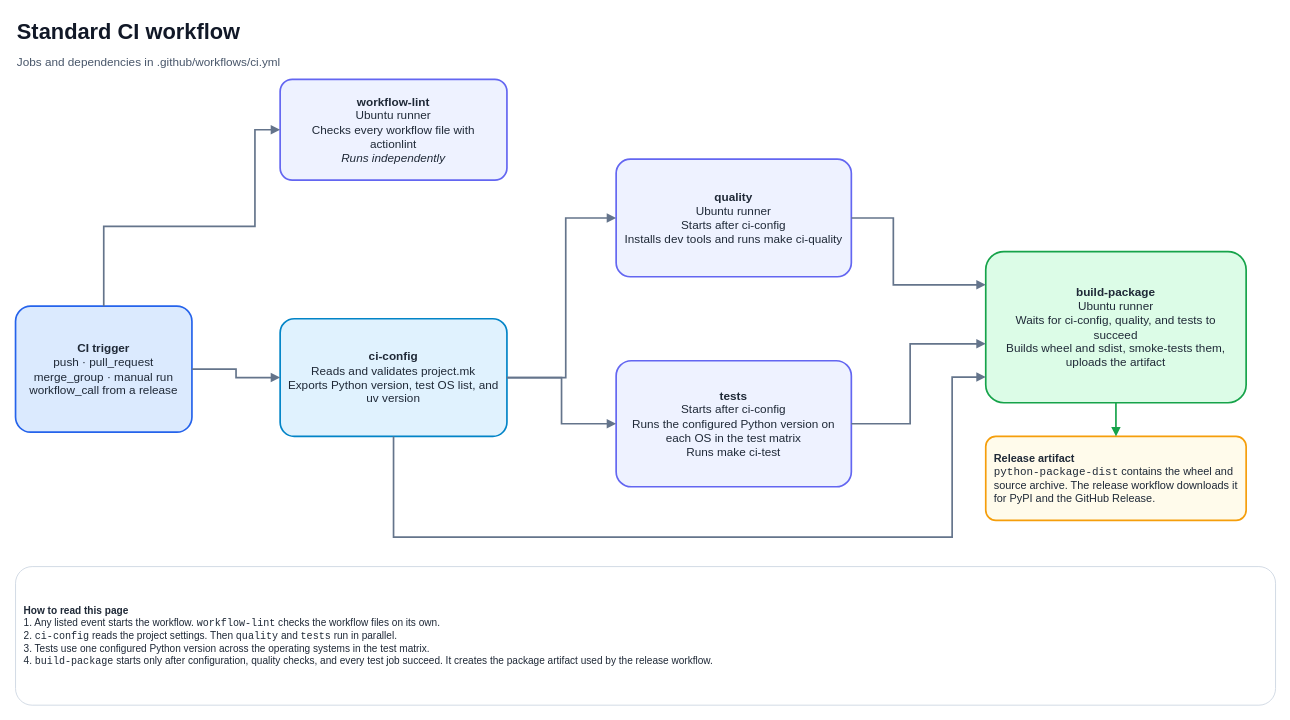
Before: page "1 · Standard CI" (1 of 3) of docs/ci-workflows.drawio in GaaabLiz/Python-ci-make-template, a draw.io diagram. Source tidied: cells renumbered, new cells numbered last; positions are measured from the earlier drawing's top-left corner, leaving out a move shared by most shapes. Both pictures are drawn from the tidied source at 84%, with x=0, y=0 at pixel (15, 14).
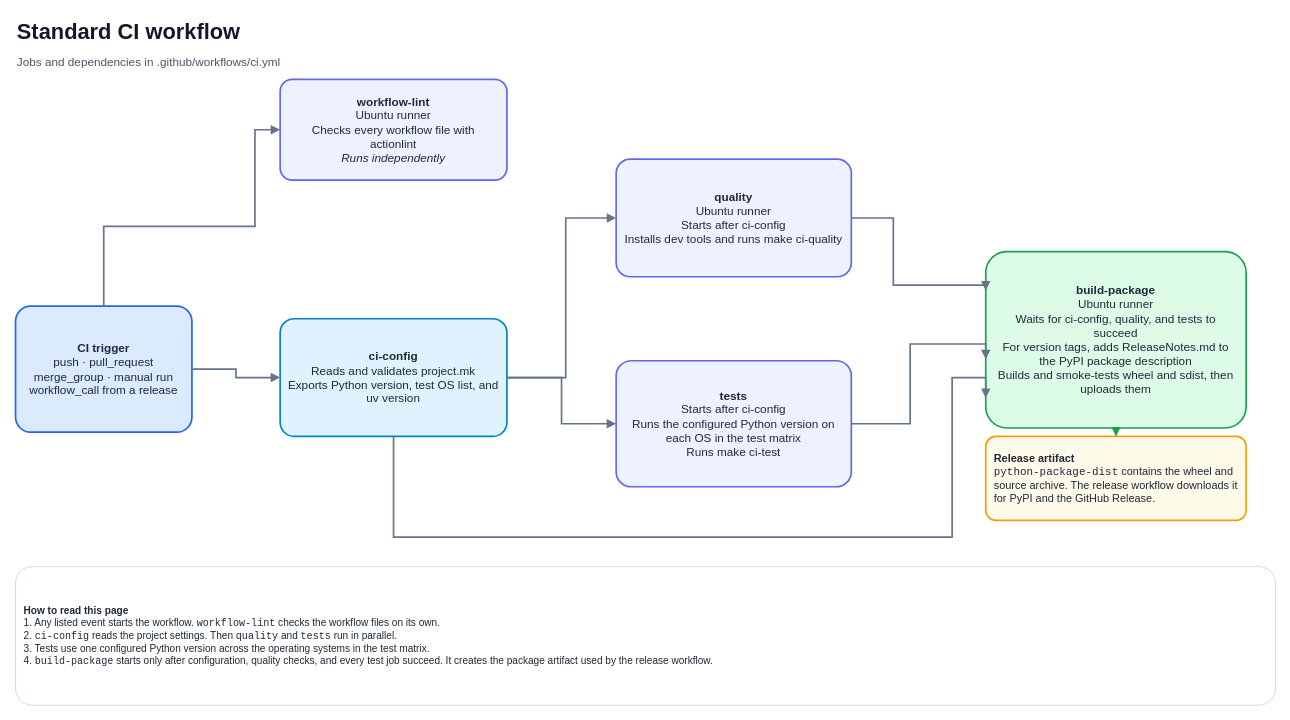
The same diagram, later.

Diff of the diagram source:
```diff
@@
-    <mxCell id="9" value="&lt;b&gt;build-package&lt;/b&gt;&lt;br&gt;Ubuntu runner&lt;br&gt;Waits for ci-config, quality, and tests to succeed&lt;br&gt;Builds wheel and sdist, smoke-tests them, uploads the artifact" style="rounded=1;whiteSpace=wrap;html=1;align=center;verticalAlign=middle;fontFamily=Helvetica;fontSize=14;fontColor=#1f2937;spacing=10;fillColor=#dcfce7;strokeColor=#16a34a;strokeWidth=2;arcSize=12;" parent="1" vertex="1">
-      <mxGeometry x="1155" y="282" width="310" height="180" as="geometry" />
+    <mxCell id="9" value="&lt;b&gt;build-package&lt;/b&gt;&lt;br&gt;Ubuntu runner&lt;br&gt;Waits for ci-config, quality, and tests to succeed&lt;br&gt;For version tags, adds ReleaseNotes.md to the PyPI package description&lt;br&gt;Builds and smoke-tests wheel and sdist, then uploads them" style="rounded=1;whiteSpace=wrap;html=1;align=center;verticalAlign=middle;fontFamily=Helvetica;fontSize=14;fontColor=#1f2937;spacing=10;fillColor=#dcfce7;strokeColor=#16a34a;strokeWidth=2;arcSize=12;" parent="1" vertex="1">
+      <mxGeometry x="1155" y="282" width="310" height="210" as="geometry" />
     </mxCell>
```
